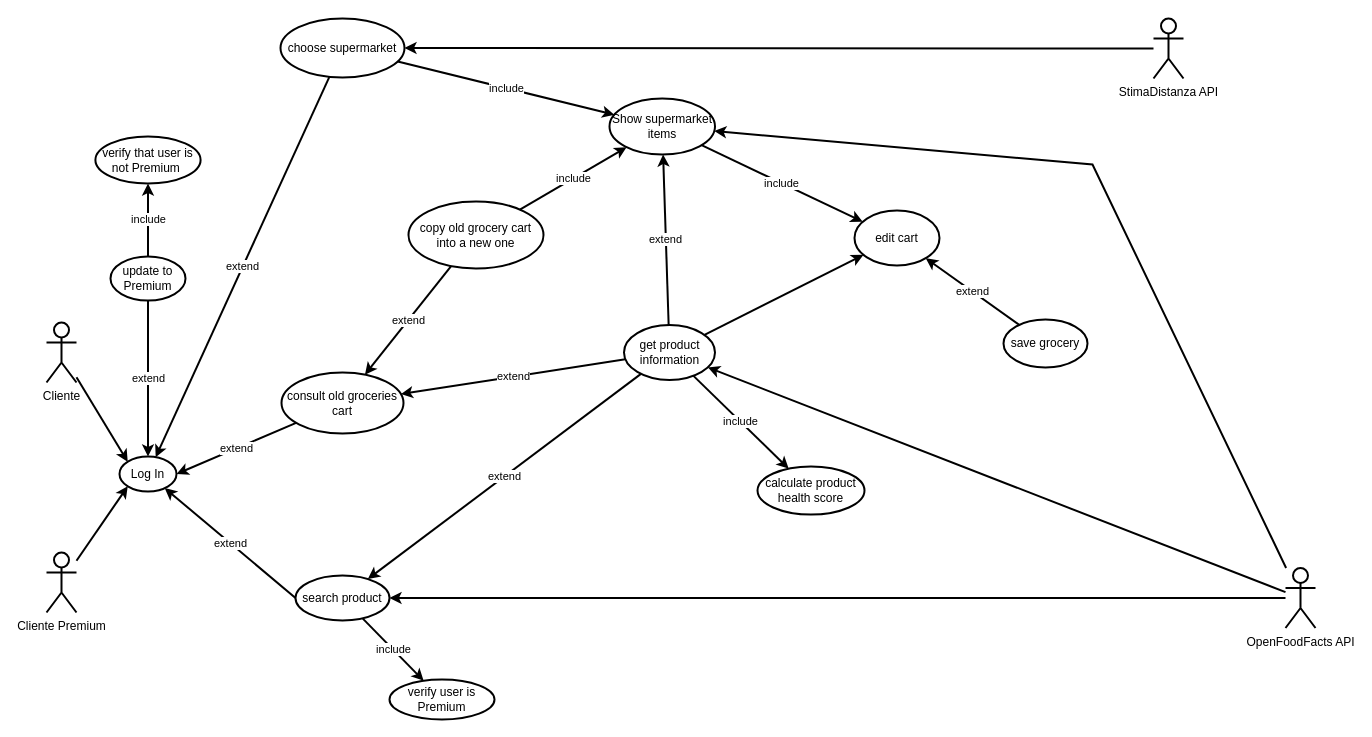
Above: others/Use Cases/Use_Case_Diagram.drawio in FredHats99/HealthyCart (draw.io), before the change. Source tidied: cells renumbered, new cells numbered last; positions are measured from the earlier drawing's top-left corner, leaving out a move shared by most shapes. Both pictures are drawn from the tidied source at 100%, with x=0, y=0 at pixel (46, 18).
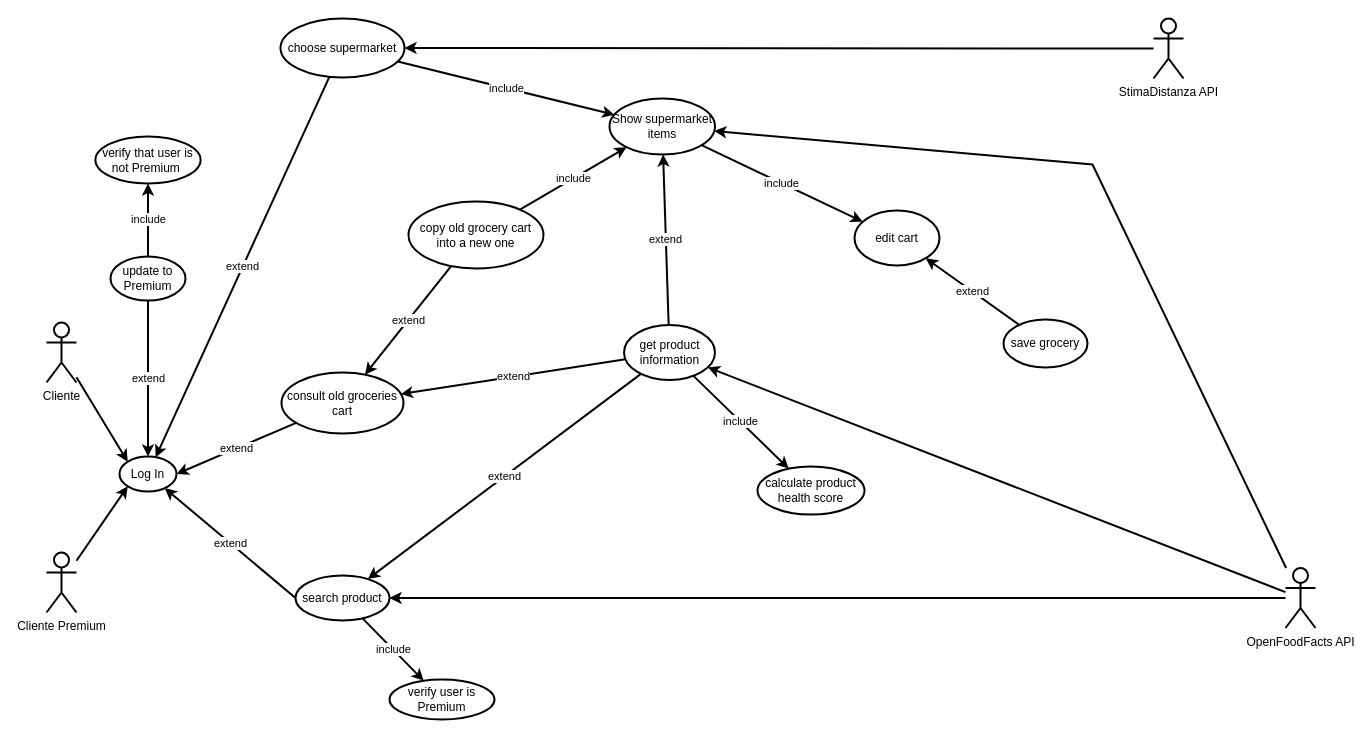
After the change.

Commit message (it also covers changes not shown here):
Very few changes, and a trial of activity diagrams

Unchanged cells that the change refers to:
```xml
<mxCell id="4" value="edit cart" style="ellipse;whiteSpace=wrap;html=1;shadow=0;strokeWidth=2;" parent="1" vertex="1">
  <mxGeometry x="808" y="192" width="85" height="55" as="geometry" />
</mxCell>
<mxCell id="18" value="get product information" style="ellipse;whiteSpace=wrap;html=1;shadow=0;strokeWidth=2;" parent="1" vertex="1">
  <mxGeometry x="577.5" y="306.5" width="91" height="55" as="geometry" />
</mxCell>
```

Diff of the diagram source:
```diff
@@
-    <mxCell id="17" style="edgeStyle=none;rounded=0;sketch=0;jettySize=auto;html=1;shadow=0;strokeColor=default;strokeWidth=2;startArrow=none;startFill=0;endArrow=classic;endFill=1;" parent="1" edge="1" source="18" target="4">
-      <mxGeometry relative="1" as="geometry" />
-    </mxCell>
```
